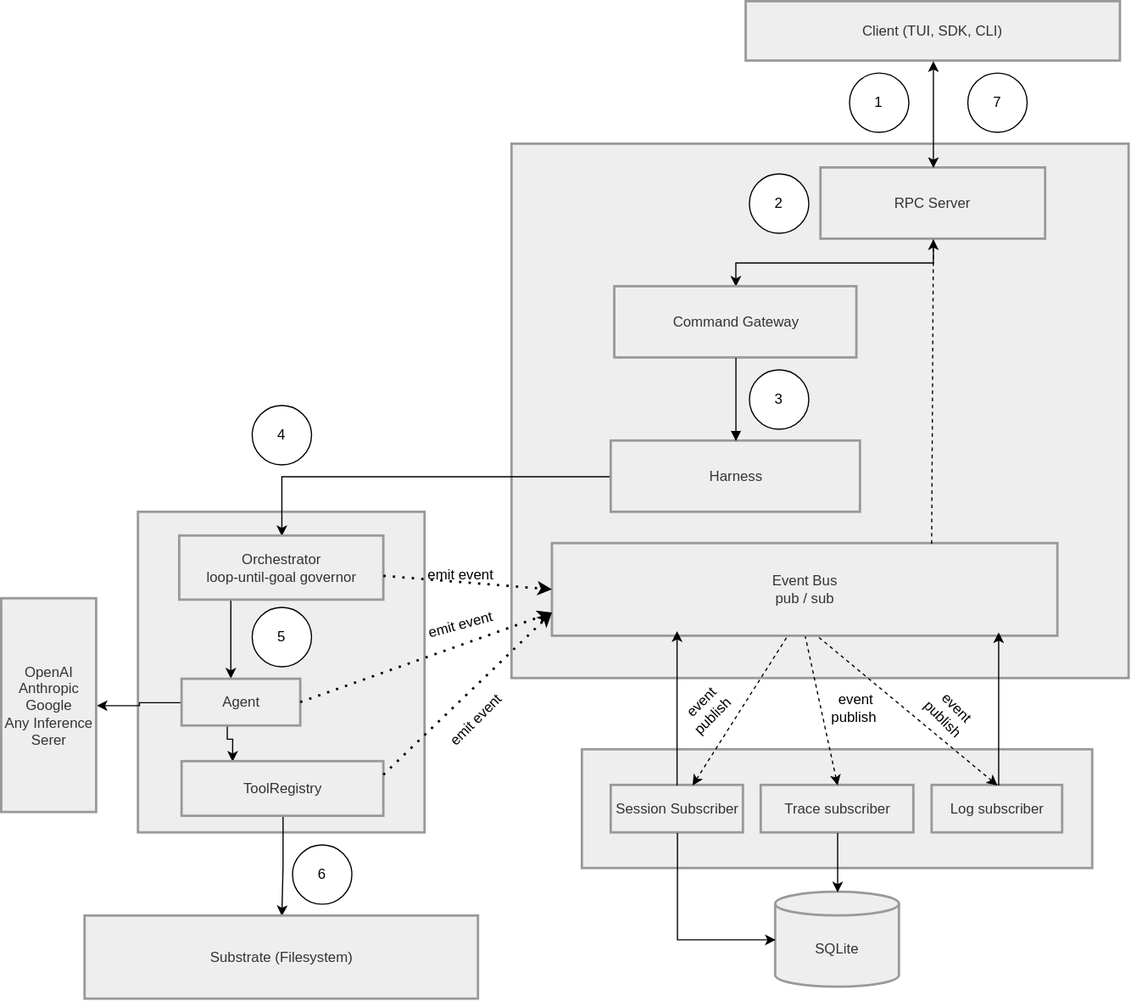
nishiokj/nishiokj.github.io keeps this draw.io diagram as nova-arch.svg. Above is the earlier version. Source tidied: cells renumbered, new cells last; positions are measured from the earlier drawing's top-left corner, leaving out a move shared by most shapes.
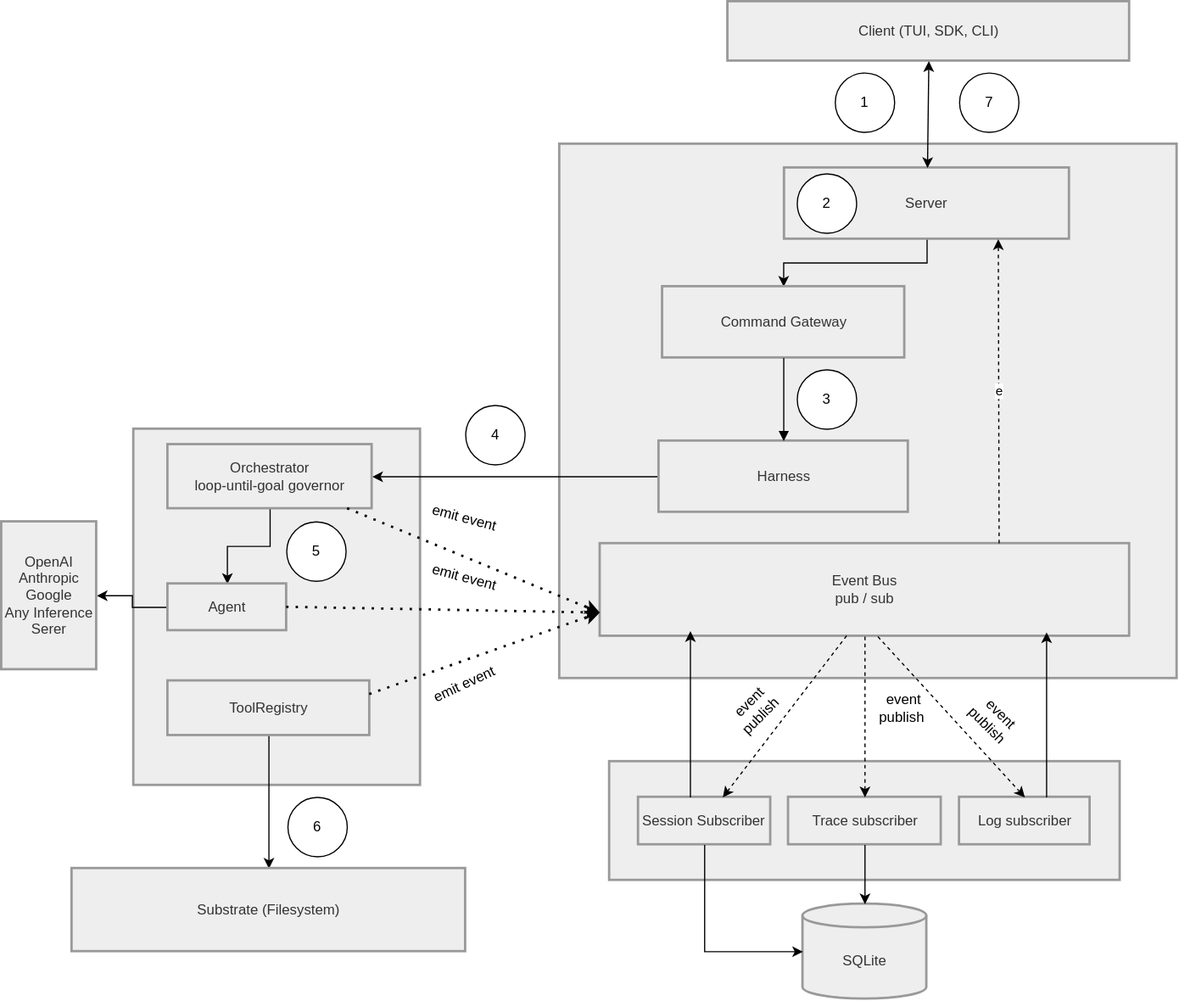
The same diagram one commit later.

Change to the diagram source:
```diff
@@ -3,22 +3,22 @@
     <mxCell id="0" />
     <mxCell id="1" parent="0" />
     <mxCell id="2" style="whiteSpace=wrap;strokeWidth=2;fillColor=light-dark(#eeeeee,#1f2020);strokeColor=light-dark(#999999,#cccccc);fontColor=light-dark(#333333,#cccccc);" parent="1" vertex="1">
-      <mxGeometry x="115.2" y="430" width="241.5" height="270" as="geometry" />
+      <mxGeometry x="71.2" y="360" width="241.5" height="300" as="geometry" />
     </mxCell>
     <mxCell id="3" style="whiteSpace=wrap;strokeWidth=2;fillColor=light-dark(#eeeeee,#1f2020);strokeColor=light-dark(#999999,#cccccc);fontColor=light-dark(#333333,#cccccc);" parent="1" vertex="1">
       <mxGeometry x="430" y="120" width="520" height="450" as="geometry" />
     </mxCell>
     <mxCell id="4" style="whiteSpace=wrap;strokeWidth=2;fillColor=light-dark(#eeeeee,#1f2020);strokeColor=light-dark(#999999,#cccccc);fontColor=light-dark(#333333,#cccccc);" parent="1" vertex="1">
-      <mxGeometry x="489.3" y="630" width="430" height="100" as="geometry" />
+      <mxGeometry x="472" y="640" width="430" height="100" as="geometry" />
     </mxCell>
     <mxCell id="5" value="Client (TUI, SDK, CLI)" style="whiteSpace=wrap;strokeWidth=2;fillColor=light-dark(#eeeeee,#1f2020);strokeColor=light-dark(#999999,#cccccc);fontColor=light-dark(#333333,#cccccc);" parent="1" vertex="1">
-      <mxGeometry x="627.3" width="315.4" height="50" as="geometry" />
+      <mxGeometry x="571.6" width="338.4" height="50" as="geometry" />
     </mxCell>
     <mxCell id="6" style="edgeStyle=orthogonalEdgeStyle;rounded=0;jettySize=auto;html=1;" parent="1" edge="1" source="7" target="8">
       <mxGeometry relative="1" as="geometry" />
     </mxCell>
-    <mxCell id="7" value="RPC Server" style="whiteSpace=wrap;strokeWidth=2;fillColor=light-dark(#eeeeee,#1f2020);strokeColor=light-dark(#999999,#cccccc);fontColor=light-dark(#333333,#cccccc);" parent="1" vertex="1">
-      <mxGeometry x="690.3" y="140" width="189.3" height="60" as="geometry" />
+    <mxCell id="7" value="Server" style="whiteSpace=wrap;strokeWidth=2;fillColor=light-dark(#eeeeee,#1f2020);strokeColor=light-dark(#999999,#cccccc);fontColor=light-dark(#333333,#cccccc);" parent="1" vertex="1">
+      <mxGeometry x="619.3" y="140" width="240" height="60" as="geometry" />
     </mxCell>
     <mxCell id="8" value="Command Gateway" style="whiteSpace=wrap;strokeWidth=2;fillColor=light-dark(#eeeeee,#1f2020);strokeColor=light-dark(#999999,#cccccc);fontColor=light-dark(#333333,#cccccc);" parent="1" vertex="1">
       <mxGeometry x="516.6" y="240" width="204" height="60" as="geometry" />
@@ -30,44 +30,37 @@
       <mxGeometry x="513.6" y="370" width="210" height="60" as="geometry" />
     </mxCell>
     <mxCell id="11" value="Event Bus&#10;pub / sub" style="whiteSpace=wrap;strokeWidth=2;fillColor=light-dark(#eeeeee,#1f2020);strokeColor=light-dark(#999999,#cccccc);fontColor=light-dark(#333333,#cccccc);" parent="1" vertex="1">
-      <mxGeometry x="464.1" y="456.4" width="425.9" height="78" as="geometry" />
+      <mxGeometry x="464.1" y="456.4" width="445.9" height="78" as="geometry" />
     </mxCell>
     <mxCell id="12" value="Session Subscriber" style="whiteSpace=wrap;strokeWidth=2;fillColor=light-dark(#eeeeee,#1f2020);strokeColor=light-dark(#999999,#cccccc);fontColor=light-dark(#333333,#cccccc);" parent="1" vertex="1">
-      <mxGeometry x="513.6" y="660" width="111.4" height="40" as="geometry" />
+      <mxGeometry x="496.3" y="670" width="111.4" height="40" as="geometry" />
     </mxCell>
     <mxCell id="13" value="Trace subscriber" style="whiteSpace=wrap;strokeWidth=2;fillColor=light-dark(#eeeeee,#1f2020);strokeColor=light-dark(#999999,#cccccc);fontColor=light-dark(#333333,#cccccc);" parent="1" vertex="1">
-      <mxGeometry x="640" y="660" width="128.6" height="40" as="geometry" />
+      <mxGeometry x="622.7" y="670" width="128.6" height="40" as="geometry" />
     </mxCell>
     <mxCell id="14" value="Log subscriber" style="whiteSpace=wrap;strokeWidth=2;fillColor=light-dark(#eeeeee,#1f2020);strokeColor=light-dark(#999999,#cccccc);fontColor=light-dark(#333333,#cccccc);" parent="1" vertex="1">
-      <mxGeometry x="784" y="660" width="110" height="40" as="geometry" />
+      <mxGeometry x="766.7" y="670" width="110" height="40" as="geometry" />
     </mxCell>
-    <mxCell id="15" style="edgeStyle=orthogonalEdgeStyle;rounded=0;jettySize=auto;html=1;exitX=0.25;exitY=1;exitDx=0;exitDy=0;" parent="1" edge="1" source="16">
-      <mxGeometry relative="1" as="geometry">
-        <mxPoint x="193" y="570" as="targetPoint" />
-      </mxGeometry>
-    </mxCell>
+    <mxCell id="51" style="edgeStyle=orthogonalEdgeStyle;rounded=0;jettySize=auto;html=1;" parent="1" edge="1" source="16" target="19">
+      <mxGeometry relative="1" as="geometry" />
+    </mxCell>
     <mxCell id="16" value="Orchestrator&#10;loop-until-goal governor" style="whiteSpace=wrap;strokeWidth=2;fillColor=light-dark(#eeeeee,#1f2020);strokeColor=light-dark(#999999,#cccccc);fontColor=light-dark(#333333,#cccccc);" parent="1" vertex="1">
-      <mxGeometry x="150" y="450" width="172" height="54" as="geometry" />
+      <mxGeometry x="100" y="373" width="172" height="54" as="geometry" />
     </mxCell>
     <mxCell id="17" style="edgeStyle=orthogonalEdgeStyle;rounded=0;jettySize=auto;html=1;" parent="1" edge="1" source="19" target="32">
       <mxGeometry relative="1" as="geometry" />
     </mxCell>
-    <mxCell id="18" style="edgeStyle=orthogonalEdgeStyle;rounded=0;jettySize=auto;html=1;entryX=0.25;entryY=0;entryDx=0;entryDy=0;" parent="1" edge="1" target="21">
-      <mxGeometry relative="1" as="geometry">
-        <mxPoint x="190" y="600" as="sourcePoint" />
-      </mxGeometry>
-    </mxCell>
     <mxCell id="19" value="Agent" style="whiteSpace=wrap;strokeWidth=2;fillColor=light-dark(#eeeeee,#1f2020);strokeColor=light-dark(#999999,#cccccc);fontColor=light-dark(#333333,#cccccc);" parent="1" vertex="1">
-      <mxGeometry x="152" y="570.6" width="100" height="39.4" as="geometry" />
+      <mxGeometry x="100" y="490.3" width="100" height="39.4" as="geometry" />
     </mxCell>
     <mxCell id="20" style="edgeStyle=orthogonalEdgeStyle;rounded=0;jettySize=auto;html=1;" parent="1" edge="1" source="21" target="31">
       <mxGeometry relative="1" as="geometry" />
     </mxCell>
     <mxCell id="21" value="ToolRegistry" style="whiteSpace=wrap;strokeWidth=2;fillColor=light-dark(#eeeeee,#1f2020);strokeColor=light-dark(#999999,#cccccc);fontColor=light-dark(#333333,#cccccc);" parent="1" vertex="1">
-      <mxGeometry x="152" y="640" width="170" height="46" as="geometry" />
+      <mxGeometry x="100" y="572" width="170" height="46" as="geometry" />
     </mxCell>
     <mxCell id="22" value="SQLite" style="shape=cylinder3;boundedLbl=1;backgroundOutline=1;size=10;strokeWidth=2;whiteSpace=wrap;fillColor=light-dark(#eeeeee,#1f2020);strokeColor=light-dark(#999999,#cccccc);fontColor=light-dark(#333333,#cccccc);" parent="1" vertex="1">
-      <mxGeometry x="652.2" y="750" width="104.3" height="80" as="geometry" />
+      <mxGeometry x="634.9" y="760" width="104.3" height="80" as="geometry" />
     </mxCell>
     <mxCell id="23" style="curved=1;startArrow=none;endArrow=block;exitX=0.5;exitY=1;entryX=0.5;entryY=0;rounded=0;" parent="1" edge="1" source="8" target="10">
       <mxGeometry relative="1" as="geometry" />
@@ -81,11 +74,12 @@
     <mxCell id="26" style="endArrow=none;dashed=1;html=1;rounded=0;exitX=0.5;exitY=0;exitDx=0;exitDy=0;endFill=0;startArrow=classic;startFill=1;entryX=0.5;entryY=1;entryDx=0;entryDy=0;" parent="1" edge="1" source="13" target="11">
       <mxGeometry relative="1" as="geometry" />
     </mxCell>
-    <mxCell id="27" style="edgeStyle=orthogonalEdgeStyle;rounded=0;jettySize=auto;html=1;" parent="1" edge="1" source="12">
+    <mxCell id="27" style="edgeStyle=orthogonalEdgeStyle;rounded=0;orthogonalLoop=1;jettySize=auto;html=1;" parent="1" edge="1">
       <mxGeometry relative="1" as="geometry">
-        <mxPoint x="569" y="530" as="targetPoint" />
+        <mxPoint x="540" y="670" as="sourcePoint" />
+        <mxPoint x="540" y="530" as="targetPoint" />
         <Array as="points">
-          <mxPoint x="569" y="530" />
+          <mxPoint x="540" y="530" />
         </Array>
       </mxGeometry>
     </mxCell>
@@ -95,23 +89,23 @@
     <mxCell id="29" style="endArrow=classic;dashed=1;html=1;dashPattern=1 3;strokeWidth=2;rounded=0;entryX=0;entryY=0.75;entryDx=0;entryDy=0;exitX=1;exitY=0.25;exitDx=0;exitDy=0;endFill=1;" parent="1" edge="1" source="21" target="11">
       <mxGeometry relative="1" as="geometry" />
     </mxCell>
-    <mxCell id="30" style="endArrow=classic;dashed=1;html=1;dashPattern=1 3;strokeWidth=2;rounded=0;entryX=0;entryY=0.5;entryDx=0;entryDy=0;endFill=1;" parent="1" edge="1" source="16" target="11">
+    <mxCell id="30" style="endArrow=classic;dashed=1;html=1;dashPattern=1 3;strokeWidth=2;rounded=0;entryX=0;entryY=0.75;entryDx=0;entryDy=0;endFill=1;" parent="1" edge="1" source="16" target="11">
       <mxGeometry relative="1" as="geometry" />
     </mxCell>
     <mxCell id="31" value="Substrate (Filesystem)" style="whiteSpace=wrap;strokeWidth=2;fillColor=light-dark(#eeeeee,#1f2020);strokeColor=light-dark(#999999,#cccccc);fontColor=light-dark(#333333,#cccccc);" parent="1" vertex="1">
-      <mxGeometry x="70.2" y="770" width="331.5" height="70" as="geometry" />
+      <mxGeometry x="19.2" y="730" width="331.5" height="70" as="geometry" />
     </mxCell>
     <mxCell id="32" value="OpenAI&#10;Anthropic&#10;Google&#10;Any Inference Serer" style="whiteSpace=wrap;strokeWidth=2;fillColor=light-dark(#eeeeee,#1f2020);strokeColor=light-dark(#999999,#cccccc);fontColor=light-dark(#333333,#cccccc);" parent="1" vertex="1">
-      <mxGeometry y="502.8" width="80" height="180" as="geometry" />
+      <mxGeometry x="-40" y="438" width="80" height="124.5" as="geometry" />
     </mxCell>
-    <mxCell id="33" value="emit event" style="text;html=1;whiteSpace=wrap;strokeColor=none;fillColor=none;align=center;verticalAlign=middle;rounded=0;rotation=-15;" parent="1" vertex="1">
-      <mxGeometry x="356.8" y="510" width="60" height="30" as="geometry" />
+    <mxCell id="33" value="emit event" style="text;html=1;whiteSpace=wrap;strokeColor=none;fillColor=none;align=center;verticalAlign=middle;rounded=0;rotation=15;" parent="1" vertex="1">
+      <mxGeometry x="320" y="470" width="60" height="30" as="geometry" />
     </mxCell>
-    <mxCell id="34" value="emit event" style="text;html=1;whiteSpace=wrap;strokeColor=none;fillColor=none;align=center;verticalAlign=middle;rounded=0;rotation=-45;" parent="1" vertex="1">
-      <mxGeometry x="370" y="590" width="60" height="30" as="geometry" />
+    <mxCell id="34" value="emit event" style="text;html=1;whiteSpace=wrap;strokeColor=none;fillColor=none;align=center;verticalAlign=middle;rounded=0;rotation=-25;" parent="1" vertex="1">
+      <mxGeometry x="320" y="560" width="60" height="30" as="geometry" />
     </mxCell>
-    <mxCell id="35" value="emit event" style="text;html=1;whiteSpace=wrap;strokeColor=none;fillColor=none;align=center;verticalAlign=middle;rounded=0;" parent="1" vertex="1">
-      <mxGeometry x="356.8" y="468.4" width="60" height="30" as="geometry" />
+    <mxCell id="35" value="emit event" style="text;html=1;whiteSpace=wrap;strokeColor=none;fillColor=none;align=center;verticalAlign=middle;rounded=0;rotation=15;" parent="1" vertex="1">
+      <mxGeometry x="320" y="420" width="60" height="30" as="geometry" />
     </mxCell>
     <mxCell id="36" style="endArrow=none;dashed=1;html=1;rounded=0;entryX=0.522;entryY=0.989;entryDx=0;entryDy=0;exitX=0.5;exitY=0;exitDx=0;exitDy=0;entryPerimeter=0;endFill=0;startArrow=classic;startFill=1;" parent="1" edge="1" source="14" target="11">
       <mxGeometry relative="1" as="geometry" />
@@ -119,8 +113,10 @@
     <mxCell id="37" style="endArrow=classic;startArrow=classic;html=1;rounded=0;entryX=0.5;entryY=1;entryDx=0;entryDy=0;" parent="1" edge="1" source="7" target="5">
       <mxGeometry relative="1" as="geometry" />
     </mxCell>
-    <mxCell id="38" style="endArrow=classic;dashed=1;html=1;rounded=0;endFill=1;entryX=0.5;entryY=1;entryDx=0;entryDy=0;exitX=0.75;exitY=0;exitDx=0;exitDy=0;" parent="1" edge="1" source="11" target="7">
-      <mxGeometry relative="1" as="geometry" />
+    <mxCell id="38" value="e" style="endArrow=classic;dashed=1;html=1;rounded=0;endFill=1;entryX=0.75;entryY=1;entryDx=0;entryDy=0;" parent="1" edge="1" target="7">
+      <mxGeometry relative="1" as="geometry">
+        <mxPoint x="800" y="456" as="sourcePoint" />
+      </mxGeometry>
     </mxCell>
     <mxCell id="39" style="edgeStyle=orthogonalEdgeStyle;rounded=0;jettySize=auto;html=1;" parent="1" edge="1" source="14">
       <mxGeometry relative="1" as="geometry">
@@ -137,19 +133,19 @@
       <mxGeometry x="690.3" y="580" width="60" height="30" as="geometry" />
     </mxCell>
     <mxCell id="42" value="event publish&amp;nbsp;" style="text;html=1;whiteSpace=wrap;strokeColor=none;fillColor=none;align=center;verticalAlign=middle;rounded=0;rotation=45;" parent="1" vertex="1">
-      <mxGeometry x="770" y="585" width="60" height="30" as="geometry" />
+      <mxGeometry x="766.7" y="590" width="60" height="30" as="geometry" />
     </mxCell>
     <mxCell id="43" value="1" style="ellipse;whiteSpace=wrap;html=1;" parent="1" vertex="1">
-      <mxGeometry x="714.3" y="60" width="50" height="50" as="geometry" />
+      <mxGeometry x="662" y="60" width="50" height="50" as="geometry" />
     </mxCell>
     <mxCell id="44" value="6" style="ellipse;whiteSpace=wrap;html=1;" parent="1" vertex="1">
-      <mxGeometry x="245" y="710" width="50" height="50" as="geometry" />
+      <mxGeometry x="201" y="670" width="50" height="50" as="geometry" />
     </mxCell>
     <mxCell id="45" value="2" style="ellipse;whiteSpace=wrap;html=1;" parent="1" vertex="1">
       <mxGeometry x="630" y="145" width="50" height="50" as="geometry" />
     </mxCell>
     <mxCell id="46" value="4" style="ellipse;whiteSpace=wrap;html=1;" parent="1" vertex="1">
-      <mxGeometry x="211" y="340" width="50" height="50" as="geometry" />
+      <mxGeometry x="350.8" y="340" width="50" height="50" as="geometry" />
     </mxCell>
     <mxCell id="47" value="3" style="ellipse;whiteSpace=wrap;html=1;" parent="1" vertex="1">
       <mxGeometry x="630" y="310" width="50" height="50" as="geometry" />
@@ -157,15 +153,15 @@
     <mxCell id="48" style="edgeStyle=orthogonalEdgeStyle;rounded=0;jettySize=auto;html=1;entryX=0;entryY=0.5;entryDx=0;entryDy=0;entryPerimeter=0;" parent="1" edge="1" source="12" target="22">
       <mxGeometry relative="1" as="geometry">
         <Array as="points">
-          <mxPoint x="569" y="790" />
+          <mxPoint x="551.7" y="800" />
         </Array>
       </mxGeometry>
     </mxCell>
     <mxCell id="49" value="5" style="ellipse;whiteSpace=wrap;html=1;" parent="1" vertex="1">
-      <mxGeometry x="211" y="510" width="50" height="50" as="geometry" />
+      <mxGeometry x="200" y="438" width="50" height="50" as="geometry" />
     </mxCell>
     <mxCell id="50" value="7" style="ellipse;whiteSpace=wrap;html=1;" parent="1" vertex="1">
-      <mxGeometry x="814" y="60" width="50" height="50" as="geometry" />
+      <mxGeometry x="766.7" y="60" width="50" height="50" as="geometry" />
     </mxCell>
   </root>
 </mxGraphModel>
```
